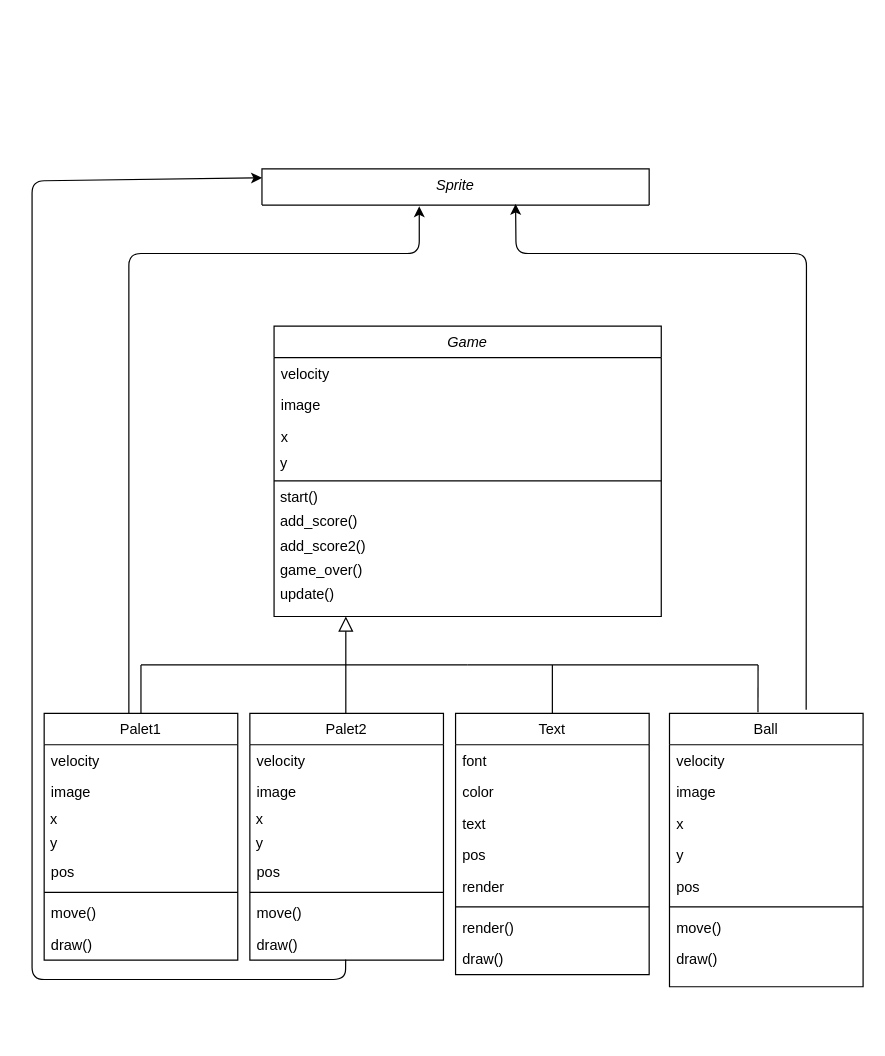
Before: game /Untitled Diagram.drawio in Louna2301/oc20-, a draw.io diagram. Source tidied: cells renumbered, new cells numbered last; positions are measured from the earlier drawing's top-left corner, leaving out a move shared by most shapes. Both pictures are drawn from the tidied source at 121%, with x=0, y=0 at pixel (31, 168).
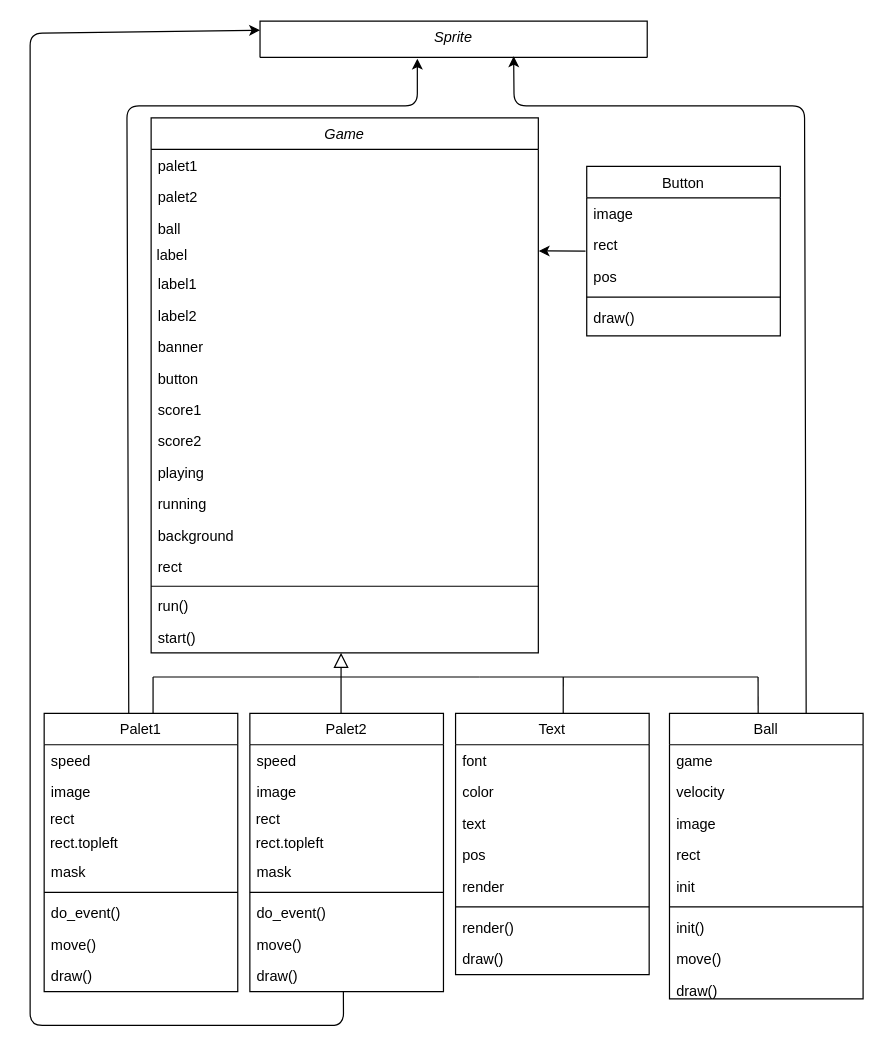
Above is the later version.

Unchanged cells that the change refers to:
```xml
<mxCell id="49" value="Text" style="swimlane;fontStyle=0;align=center;verticalAlign=top;horizontal=1;startSize=26;rounded=0;shadow=0;strokeWidth=1;" parent="1" vertex="1">
  <mxGeometry x="350" y="450" width="160" height="216" as="geometry" />
</mxCell>
```

Change to the diagram source:
```diff
@@
     <mxCell id="2" value="Game" style="swimlane;fontStyle=2;align=center;verticalAlign=top;horizontal=1;startSize=26;rounded=0;shadow=0;strokeWidth=1;" parent="1" vertex="1">
-      <mxGeometry x="200" y="130" width="320" height="240" as="geometry" />
+      <mxGeometry x="98.4" y="-42" width="320" height="442" as="geometry" />
     </mxCell>
-    <mxCell id="3" value="velocity" style="text;align=left;verticalAlign=top;spacingLeft=4;spacingRight=4;overflow=hidden;" parent="2" vertex="1">
+    <mxCell id="3" value="palet1" style="text;align=left;verticalAlign=top;spacingLeft=4;spacingRight=4;overflow=hidden;" parent="2" vertex="1">
       <mxGeometry y="26" width="320" height="26" as="geometry" />
     </mxCell>
-    <mxCell id="4" value="image" style="text;align=left;verticalAlign=top;spacingLeft=4;spacingRight=4;overflow=hidden;rounded=0;shadow=0;html=0;" parent="2" vertex="1">
+    <mxCell id="4" value="palet2" style="text;align=left;verticalAlign=top;spacingLeft=4;spacingRight=4;overflow=hidden;rounded=0;shadow=0;html=0;" parent="2" vertex="1">
       <mxGeometry y="52" width="320" height="26" as="geometry" />
     </mxCell>
-    <mxCell id="5" value="x&#10;" style="text;align=left;verticalAlign=top;spacingLeft=4;spacingRight=4;overflow=hidden;rounded=0;shadow=0;html=0;" parent="2" vertex="1">
+    <mxCell id="5" value="ball" style="text;align=left;verticalAlign=top;spacingLeft=4;spacingRight=4;overflow=hidden;rounded=0;shadow=0;html=0;" parent="2" vertex="1">
       <mxGeometry y="78" width="320" height="26" as="geometry" />
     </mxCell>
-    <mxCell id="6" value="&amp;nbsp;y" style="text;html=1;align=left;verticalAlign=middle;points=[];fillColor=none;strokeColor=none;rounded=0;" parent="2" vertex="1">
+    <mxCell id="6" value="&amp;nbsp;label" style="text;html=1;align=left;verticalAlign=middle;points=[];fillColor=none;strokeColor=none;rounded=0;" parent="2" vertex="1">
       <mxGeometry y="104" width="320" height="20" as="geometry" />
     </mxCell>
+    <mxCell id="59" value="label1" style="text;align=left;verticalAlign=top;spacingLeft=4;spacingRight=4;overflow=hidden;rounded=0;shadow=0;html=0;" parent="2" vertex="1">
+      <mxGeometry y="124" width="320" height="26" as="geometry" />
+    </mxCell>
+    <mxCell id="60" value="label2" style="text;align=left;verticalAlign=top;spacingLeft=4;spacingRight=4;overflow=hidden;rounded=0;shadow=0;html=0;" parent="2" vertex="1">
+      <mxGeometry y="150" width="320" height="26" as="geometry" />
+    </mxCell>
+    <mxCell id="61" value="banner" style="text;align=left;verticalAlign=top;spacingLeft=4;spacingRight=4;overflow=hidden;rounded=0;shadow=0;html=0;" parent="2" vertex="1">
+      <mxGeometry y="176" width="320" height="26" as="geometry" />
+    </mxCell>
+    <mxCell id="62" value="button" style="text;align=left;verticalAlign=top;spacingLeft=4;spacingRight=4;overflow=hidden;rounded=0;shadow=0;html=0;" parent="2" vertex="1">
+      <mxGeometry y="202" width="320" height="26" as="geometry" />
+    </mxCell>
+    <mxCell id="63" value="score1" style="text;align=left;verticalAlign=top;spacingLeft=4;spacingRight=4;overflow=hidden;rounded=0;shadow=0;html=0;" parent="2" vertex="1">
+      <mxGeometry y="228" width="320" height="26" as="geometry" />
+    </mxCell>
+    <mxCell id="64" value="score2" style="text;align=left;verticalAlign=top;spacingLeft=4;spacingRight=4;overflow=hidden;rounded=0;shadow=0;html=0;" parent="2" vertex="1">
+      <mxGeometry y="254" width="320" height="26" as="geometry" />
+    </mxCell>
+    <mxCell id="65" value="playing" style="text;align=left;verticalAlign=top;spacingLeft=4;spacingRight=4;overflow=hidden;rounded=0;shadow=0;html=0;" parent="2" vertex="1">
+      <mxGeometry y="280" width="320" height="26" as="geometry" />
+    </mxCell>
+    <mxCell id="66" value="running" style="text;align=left;verticalAlign=top;spacingLeft=4;spacingRight=4;overflow=hidden;rounded=0;shadow=0;html=0;" parent="2" vertex="1">
+      <mxGeometry y="306" width="320" height="26" as="geometry" />
+    </mxCell>
+    <mxCell id="67" value="background" style="text;align=left;verticalAlign=top;spacingLeft=4;spacingRight=4;overflow=hidden;rounded=0;shadow=0;html=0;" parent="2" vertex="1">
+      <mxGeometry y="332" width="320" height="26" as="geometry" />
+    </mxCell>
+    <mxCell id="68" value="rect" style="text;align=left;verticalAlign=top;spacingLeft=4;spacingRight=4;overflow=hidden;rounded=0;shadow=0;html=0;" parent="2" vertex="1">
+      <mxGeometry y="358" width="320" height="26" as="geometry" />
+    </mxCell>
     <mxCell id="7" style="line;html=1;strokeWidth=1;align=left;verticalAlign=middle;spacingTop=-1;spacingLeft=3;spacingRight=3;labelPosition=right;" parent="2" vertex="1">
-      <mxGeometry y="124" width="320" height="8" as="geometry" />
+      <mxGeometry y="384" width="320" height="6" as="geometry" />
     </mxCell>
+    <mxCell id="69" value="run()" style="text;align=left;verticalAlign=top;spacingLeft=4;spacingRight=4;overflow=hidden;rounded=0;shadow=0;html=0;" parent="2" vertex="1">
+      <mxGeometry y="390" width="320" height="26" as="geometry" />
+    </mxCell>
-    <mxCell id="8" value="&amp;nbsp;start()" style="text;html=1;align=left;verticalAlign=middle;fillColor=none;strokeColor=none;rounded=0;" parent="2" vertex="1">
-      <mxGeometry y="132" width="320" height="20" as="geometry" />
+    <mxCell id="8" value="start()" style="text;align=left;verticalAlign=top;spacingLeft=4;spacingRight=4;overflow=hidden;rounded=0;shadow=0;html=0;" parent="2" vertex="1">
+      <mxGeometry y="416" width="320" height="26" as="geometry" />
     </mxCell>
-    <mxCell id="9" value="&amp;nbsp;add_score()" style="text;html=1;align=left;verticalAlign=middle;fillColor=none;strokeColor=none;rounded=0;" parent="2" vertex="1">
-      <mxGeometry y="152" width="320" height="20" as="geometry" />
-    </mxCell>
-    <mxCell id="10" value="&amp;nbsp;add_score2()" style="text;html=1;align=left;verticalAlign=middle;fillColor=none;strokeColor=none;rounded=0;" parent="2" vertex="1">
-      <mxGeometry y="172" width="320" height="20" as="geometry" />
-    </mxCell>
-    <mxCell id="11" value="&amp;nbsp;game_over()" style="text;html=1;align=left;verticalAlign=middle;fillColor=none;strokeColor=none;rounded=0;" parent="2" vertex="1">
-      <mxGeometry y="192" width="320" height="20" as="geometry" />
-    </mxCell>
-    <mxCell id="12" value="&amp;nbsp;update()" style="text;html=1;align=left;verticalAlign=middle;fillColor=none;strokeColor=none;rounded=0;" parent="2" vertex="1">
-      <mxGeometry y="212" width="320" height="20" as="geometry" />
-    </mxCell>
     <mxCell id="13" value="Palet1" style="swimlane;fontStyle=0;align=center;verticalAlign=top;horizontal=1;startSize=26;rounded=0;shadow=0;strokeWidth=1;" parent="1" vertex="1">
-      <mxGeometry x="10" y="450" width="160" height="204" as="geometry" />
+      <mxGeometry x="10" y="450" width="160" height="230" as="geometry" />
     </mxCell>
-    <mxCell id="14" value="velocity" style="text;align=left;verticalAlign=top;spacingLeft=4;spacingRight=4;overflow=hidden;" parent="13" vertex="1">
+    <mxCell id="14" value="speed" style="text;align=left;verticalAlign=top;spacingLeft=4;spacingRight=4;overflow=hidden;" parent="13" vertex="1">
       <mxGeometry y="26" width="160" height="26" as="geometry" />
     </mxCell>
@@
-    <mxCell id="16" value="&amp;nbsp;x" style="text;html=1;strokeColor=none;fillColor=none;align=left;verticalAlign=middle;whiteSpace=wrap;rounded=0;" parent="13" vertex="1">
+    <mxCell id="16" value="&amp;nbsp;rect" style="text;html=1;strokeColor=none;fillColor=none;align=left;verticalAlign=middle;whiteSpace=wrap;rounded=0;" parent="13" vertex="1">
       <mxGeometry y="78" width="160" height="20" as="geometry" />
     </mxCell>
-    <mxCell id="17" value="&amp;nbsp;y" style="text;html=1;strokeColor=none;fillColor=none;align=left;verticalAlign=middle;whiteSpace=wrap;rounded=0;" parent="13" vertex="1">
+    <mxCell id="17" value="&amp;nbsp;rect.topleft" style="text;html=1;strokeColor=none;fillColor=none;align=left;verticalAlign=middle;whiteSpace=wrap;rounded=0;" parent="13" vertex="1">
       <mxGeometry y="98" width="160" height="20" as="geometry" />
     </mxCell>
-    <mxCell id="18" value="pos" style="text;align=left;verticalAlign=top;spacingLeft=4;spacingRight=4;overflow=hidden;rounded=0;shadow=0;html=0;" parent="13" vertex="1">
+    <mxCell id="18" value="mask" style="text;align=left;verticalAlign=top;spacingLeft=4;spacingRight=4;overflow=hidden;rounded=0;shadow=0;html=0;" parent="13" vertex="1">
       <mxGeometry y="118" width="160" height="26" as="geometry" />
     </mxCell>
@@
+    <mxCell id="70" value="do_event()" style="text;align=left;verticalAlign=top;spacingLeft=4;spacingRight=4;overflow=hidden;fontStyle=0;" parent="13" vertex="1">
+      <mxGeometry y="152" width="160" height="26" as="geometry" />
+    </mxCell>
     <mxCell id="20" value="move()" style="text;align=left;verticalAlign=top;spacingLeft=4;spacingRight=4;overflow=hidden;fontStyle=0;" parent="13" vertex="1">
-      <mxGeometry y="152" width="160" height="26" as="geometry" />
+      <mxGeometry y="178" width="160" height="26" as="geometry" />
     </mxCell>
     <mxCell id="21" value="draw()" style="text;align=left;verticalAlign=top;spacingLeft=4;spacingRight=4;overflow=hidden;fontStyle=0;" parent="13" vertex="1">
-      <mxGeometry y="178" width="160" height="26" as="geometry" />
+      <mxGeometry y="204" width="160" height="26" as="geometry" />
     </mxCell>
-    <mxCell id="22" style="endArrow=block;endSize=10;endFill=0;shadow=0;strokeWidth=1;rounded=0;edgeStyle=elbowEdgeStyle;elbow=vertical;" parent="1" edge="1">
+    <mxCell id="22" style="endArrow=block;endSize=10;endFill=0;shadow=0;strokeWidth=1;rounded=0;edgeStyle=elbowEdgeStyle;elbow=vertical;exitX=0.471;exitY=0;exitDx=0;exitDy=0;exitPerimeter=0;" parent="1" edge="1" source="36">
       <mxGeometry relative="1" as="geometry">
-        <mxPoint x="259.3" y="450" as="sourcePoint" />
-        <mxPoint x="259.3" y="370" as="targetPoint" />
+        <mxPoint x="255.4" y="400" as="targetPoint" />
       </mxGeometry>
     </mxCell>
     <mxCell id="23" value="Ball" style="swimlane;fontStyle=0;align=center;verticalAlign=top;horizontal=1;startSize=26;rounded=0;shadow=0;strokeWidth=1;" parent="1" vertex="1">
-      <mxGeometry x="526.8" y="450" width="160" height="226" as="geometry" />
+      <mxGeometry x="526.8" y="450" width="160" height="236" as="geometry" />
     </mxCell>
+    <mxCell id="28" value="game" style="text;align=left;verticalAlign=top;spacingLeft=4;spacingRight=4;overflow=hidden;rounded=0;shadow=0;html=0;" parent="23" vertex="1">
+      <mxGeometry y="26" width="160" height="26" as="geometry" />
+    </mxCell>
     <mxCell id="24" value="velocity" style="text;align=left;verticalAlign=top;spacingLeft=4;spacingRight=4;overflow=hidden;" parent="23" vertex="1">
-      <mxGeometry y="26" width="160" height="26" as="geometry" />
+      <mxGeometry y="52" width="160" height="26" as="geometry" />
     </mxCell>
     <mxCell id="25" value="image" style="text;align=left;verticalAlign=top;spacingLeft=4;spacingRight=4;overflow=hidden;rounded=0;shadow=0;html=0;" parent="23" vertex="1">
-      <mxGeometry y="52" width="160" height="26" as="geometry" />
+      <mxGeometry y="78" width="160" height="26" as="geometry" />
     </mxCell>
-    <mxCell id="26" value="x" style="text;align=left;verticalAlign=top;spacingLeft=4;spacingRight=4;overflow=hidden;rounded=0;shadow=0;html=0;" parent="23" vertex="1">
-      <mxGeometry y="78" width="160" height="26" as="geometry" />
+    <mxCell id="26" value="rect" style="text;align=left;verticalAlign=top;spacingLeft=4;spacingRight=4;overflow=hidden;rounded=0;shadow=0;html=0;" parent="23" vertex="1">
+      <mxGeometry y="104" width="160" height="26" as="geometry" />
     </mxCell>
-    <mxCell id="27" value="y" style="text;align=left;verticalAlign=top;spacingLeft=4;spacingRight=4;overflow=hidden;rounded=0;shadow=0;html=0;" parent="23" vertex="1">
-      <mxGeometry y="104" width="160" height="26" as="geometry" />
+    <mxCell id="27" value="init" style="text;align=left;verticalAlign=top;spacingLeft=4;spacingRight=4;overflow=hidden;rounded=0;shadow=0;html=0;" parent="23" vertex="1">
+      <mxGeometry y="130" width="160" height="26" as="geometry" />
     </mxCell>
-    <mxCell id="28" value="pos" style="text;align=left;verticalAlign=top;spacingLeft=4;spacingRight=4;overflow=hidden;rounded=0;shadow=0;html=0;" parent="23" vertex="1">
-      <mxGeometry y="130" width="160" height="26" as="geometry" />
-    </mxCell>
@@
+    <mxCell id="71" value="init()" style="text;align=left;verticalAlign=top;spacingLeft=4;spacingRight=4;overflow=hidden;fontStyle=0;" parent="23" vertex="1">
+      <mxGeometry y="164" width="160" height="26" as="geometry" />
+    </mxCell>
     <mxCell id="30" value="move()" style="text;align=left;verticalAlign=top;spacingLeft=4;spacingRight=4;overflow=hidden;fontStyle=0;" parent="23" vertex="1">
-      <mxGeometry y="164" width="160" height="26" as="geometry" />
+      <mxGeometry y="190" width="160" height="26" as="geometry" />
     </mxCell>
     <mxCell id="31" value="draw()" style="text;align=left;verticalAlign=top;spacingLeft=4;spacingRight=4;overflow=hidden;fontStyle=0;" parent="23" vertex="1">
-      <mxGeometry y="190" width="160" height="20" as="geometry" />
+      <mxGeometry y="216" width="160" height="20" as="geometry" />
     </mxCell>
     <mxCell id="32" style="endArrow=none;html=1;" parent="1" edge="1">
       <mxGeometry relative="1" as="geometry">
-        <mxPoint x="90" y="410" as="sourcePoint" />
-        <mxPoint x="360" y="410" as="targetPoint" />
+        <mxPoint x="100" y="420" as="sourcePoint" />
+        <mxPoint x="370" y="420" as="targetPoint" />
       </mxGeometry>
     </mxCell>
     <mxCell id="33" style="endArrow=none;html=1;" parent="1" edge="1">
       <mxGeometry relative="1" as="geometry">
-        <mxPoint x="360" y="410" as="sourcePoint" />
-        <mxPoint x="600" y="410" as="targetPoint" />
+        <mxPoint x="370" y="420" as="sourcePoint" />
+        <mxPoint x="600" y="420" as="targetPoint" />
       </mxGeometry>
     </mxCell>
-    <mxCell id="34" style="endArrow=none;html=1;exitX=0.5;exitY=0;exitDx=0;exitDy=0;" parent="1" edge="1" source="13">
+    <mxCell id="34" style="endArrow=none;html=1;" parent="1" edge="1">
       <mxGeometry relative="1" as="geometry">
-        <mxPoint x="90" y="410" as="targetPoint" />
+        <mxPoint x="100" y="450" as="sourcePoint" />
+        <mxPoint x="100" y="420" as="targetPoint" />
       </mxGeometry>
     </mxCell>
-    <mxCell id="35" style="endArrow=none;html=1;exitX=0.457;exitY=-0.004;exitDx=0;exitDy=0;exitPerimeter=0;" parent="1" edge="1" source="23">
+    <mxCell id="35" style="endArrow=none;html=1;exitX=0.458;exitY=0.001;exitDx=0;exitDy=0;exitPerimeter=0;" parent="1" edge="1" source="23">
       <mxGeometry relative="1" as="geometry">
-        <mxPoint x="600" y="410" as="targetPoint" />
+        <mxPoint x="600" y="420" as="targetPoint" />
       </mxGeometry>
     </mxCell>
     <mxCell id="36" value="Palet2" style="swimlane;fontStyle=0;align=center;verticalAlign=top;horizontal=1;startSize=26;rounded=0;shadow=0;strokeWidth=1;" parent="1" vertex="1">
-      <mxGeometry x="180" y="450" width="160" height="204" as="geometry" />
+      <mxGeometry x="180" y="450" width="160" height="230" as="geometry" />
     </mxCell>
-    <mxCell id="37" value="velocity" style="text;align=left;verticalAlign=top;spacingLeft=4;spacingRight=4;overflow=hidden;" parent="36" vertex="1">
+    <mxCell id="37" value="speed" style="text;align=left;verticalAlign=top;spacingLeft=4;spacingRight=4;overflow=hidden;" parent="36" vertex="1">
       <mxGeometry y="26" width="160" height="26" as="geometry" />
     </mxCell>
@@
-    <mxCell id="39" value="&amp;nbsp;x" style="text;html=1;strokeColor=none;fillColor=none;align=left;verticalAlign=middle;whiteSpace=wrap;rounded=0;" parent="36" vertex="1">
+    <mxCell id="39" value="&amp;nbsp;rect" style="text;html=1;strokeColor=none;fillColor=none;align=left;verticalAlign=middle;whiteSpace=wrap;rounded=0;" parent="36" vertex="1">
       <mxGeometry y="78" width="160" height="20" as="geometry" />
     </mxCell>
-    <mxCell id="40" value="&amp;nbsp;y" style="text;html=1;strokeColor=none;fillColor=none;align=left;verticalAlign=middle;whiteSpace=wrap;rounded=0;" parent="36" vertex="1">
+    <mxCell id="40" value="&amp;nbsp;rect.topleft" style="text;html=1;strokeColor=none;fillColor=none;align=left;verticalAlign=middle;whiteSpace=wrap;rounded=0;" parent="36" vertex="1">
       <mxGeometry y="98" width="160" height="20" as="geometry" />
     </mxCell>
-    <mxCell id="41" value="pos" style="text;align=left;verticalAlign=top;spacingLeft=4;spacingRight=4;overflow=hidden;rounded=0;shadow=0;html=0;" parent="36" vertex="1">
+    <mxCell id="41" value="mask" style="text;align=left;verticalAlign=top;spacingLeft=4;spacingRight=4;overflow=hidden;rounded=0;shadow=0;html=0;" parent="36" vertex="1">
       <mxGeometry y="118" width="160" height="26" as="geometry" />
     </mxCell>
@@
+    <mxCell id="72" value="do_event()" style="text;align=left;verticalAlign=top;spacingLeft=4;spacingRight=4;overflow=hidden;fontStyle=0;" parent="36" vertex="1">
+      <mxGeometry y="152" width="160" height="26" as="geometry" />
+    </mxCell>
     <mxCell id="43" value="move()" style="text;align=left;verticalAlign=top;spacingLeft=4;spacingRight=4;overflow=hidden;fontStyle=0;" parent="36" vertex="1">
-      <mxGeometry y="152" width="160" height="26" as="geometry" />
+      <mxGeometry y="178" width="160" height="26" as="geometry" />
     </mxCell>
     <mxCell id="44" value="draw()" style="text;align=left;verticalAlign=top;spacingLeft=4;spacingRight=4;overflow=hidden;points=[[0,0.5],[1,0.5]];portConstraint=eastwest;fontStyle=0;" parent="36" vertex="1">
-      <mxGeometry y="178" width="160" height="26" as="geometry" />
+      <mxGeometry y="204" width="160" height="26" as="geometry" />
     </mxCell>
-    <mxCell id="45" style="endArrow=classic;html=1;" parent="1" edge="1">
+    <mxCell id="45" style="endArrow=classic;html=1;exitX=0.437;exitY=-0.001;exitDx=0;exitDy=0;exitPerimeter=0;" parent="1" edge="1" source="13">
       <mxGeometry relative="1" as="geometry">
-        <mxPoint x="80" y="450" as="sourcePoint" />
-        <mxPoint x="320" y="31" as="targetPoint" />
+        <mxPoint x="318.4" y="-91" as="targetPoint" />
         <Array as="points">
-          <mxPoint x="80" y="70" />
-          <mxPoint x="320" y="70" />
+          <mxPoint x="78.4" y="-52" />
+          <mxPoint x="318.4" y="-52" />
         </Array>
       </mxGeometry>
     </mxCell>
-    <mxCell id="46" style="endArrow=classic;html=1;entryX=0;entryY=0.25;entryDx=0;entryDy=0;exitX=0.495;exitY=0.984;exitDx=0;exitDy=0;exitPerimeter=0;" parent="1" edge="1" source="44" target="47">
+    <mxCell id="46" style="endArrow=classic;html=1;entryX=0;entryY=0.25;entryDx=0;entryDy=0;exitX=0.483;exitY=1.007;exitDx=0;exitDy=0;exitPerimeter=0;" parent="1" edge="1" source="44" target="47">
       <mxGeometry relative="1" as="geometry">
         <Array as="points">
-          <mxPoint x="259" y="670" />
-          <mxPoint y="670" />
-          <mxPoint y="10" />
+          <mxPoint x="257.4" y="708" />
+          <mxPoint x="-1.6" y="708" />
+          <mxPoint x="-1.6" y="-112" />
         </Array>
       </mxGeometry>
     </mxCell>
     <mxCell id="47" value="Sprite" style="swimlane;fontStyle=2;align=center;verticalAlign=top;horizontal=1;startSize=30;rounded=0;shadow=0;strokeWidth=1;" parent="1" vertex="1">
-      <mxGeometry x="190" width="320" height="30" as="geometry" />
+      <mxGeometry x="188.4" y="-122" width="320" height="30" as="geometry" />
     </mxCell>
-    <mxCell id="48" style="endArrow=classic;html=1;exitX=0.706;exitY=-0.013;exitDx=0;exitDy=0;exitPerimeter=0;entryX=0.655;entryY=0.967;entryDx=0;entryDy=0;entryPerimeter=0;" parent="1" edge="1" source="23" target="47">
+    <mxCell id="48" style="endArrow=classic;html=1;exitX=0.706;exitY=0;exitDx=0;exitDy=0;exitPerimeter=0;entryX=0.655;entryY=0.967;entryDx=0;entryDy=0;entryPerimeter=0;" parent="1" edge="1" source="23" target="47">
       <mxGeometry relative="1" as="geometry">
         <Array as="points">
-          <mxPoint x="640" y="70" />
-          <mxPoint x="400" y="70" />
+          <mxPoint x="638.4" y="-52" />
+          <mxPoint x="398.4" y="-52" />
         </Array>
       </mxGeometry>
     </mxCell>
@@
-    <mxCell id="58" style="endArrow=none;html=1;" parent="1" edge="1">
+    <mxCell id="58" style="endArrow=none;html=1;exitX=0.556;exitY=-0.001;exitDx=0;exitDy=0;exitPerimeter=0;" parent="1" edge="1" source="49">
       <mxGeometry relative="1" as="geometry">
-        <mxPoint x="430" y="450" as="sourcePoint" />
-        <mxPoint x="430" y="410" as="targetPoint" />
+        <mxPoint x="439" y="420" as="targetPoint" />
       </mxGeometry>
     </mxCell>
+    <mxCell id="73" value="Button" style="swimlane;fontStyle=0;align=center;verticalAlign=top;horizontal=1;startSize=26;rounded=0;shadow=0;strokeWidth=1;" parent="1" vertex="1">
+      <mxGeometry x="458.4" y="-2" width="160" height="140" as="geometry" />
+    </mxCell>
+    <mxCell id="74" value="image" style="text;align=left;verticalAlign=top;spacingLeft=4;spacingRight=4;overflow=hidden;rounded=0;shadow=0;html=0;" parent="73" vertex="1">
+      <mxGeometry y="26" width="160" height="26" as="geometry" />
+    </mxCell>
+    <mxCell id="75" value="rect" style="text;align=left;verticalAlign=top;spacingLeft=4;spacingRight=4;overflow=hidden;rounded=0;shadow=0;html=0;" parent="73" vertex="1">
+      <mxGeometry y="52" width="160" height="26" as="geometry" />
+    </mxCell>
+    <mxCell id="76" value="pos" style="text;align=left;verticalAlign=top;spacingLeft=4;spacingRight=4;overflow=hidden;rounded=0;shadow=0;html=0;" parent="73" vertex="1">
+      <mxGeometry y="78" width="160" height="26" as="geometry" />
+    </mxCell>
+    <mxCell id="77" style="line;html=1;strokeWidth=1;align=left;verticalAlign=middle;spacingTop=-1;spacingLeft=3;spacingRight=3;labelPosition=right;" parent="73" vertex="1">
+      <mxGeometry y="104" width="160" height="8" as="geometry" />
+    </mxCell>
+    <mxCell id="78" value="draw()" style="text;align=left;verticalAlign=top;spacingLeft=4;spacingRight=4;overflow=hidden;fontStyle=0;" parent="73" vertex="1">
+      <mxGeometry y="112" width="160" height="20" as="geometry" />
+    </mxCell>
+    <mxCell id="79" style="endArrow=classic;html=1;entryX=1.001;entryY=0.295;entryDx=0;entryDy=0;entryPerimeter=0;" parent="1" edge="1" target="6">
+      <mxGeometry relative="1" as="geometry">
+        <mxPoint x="457.4" y="68" as="sourcePoint" />
+      </mxGeometry>
+    </mxCell>
```
